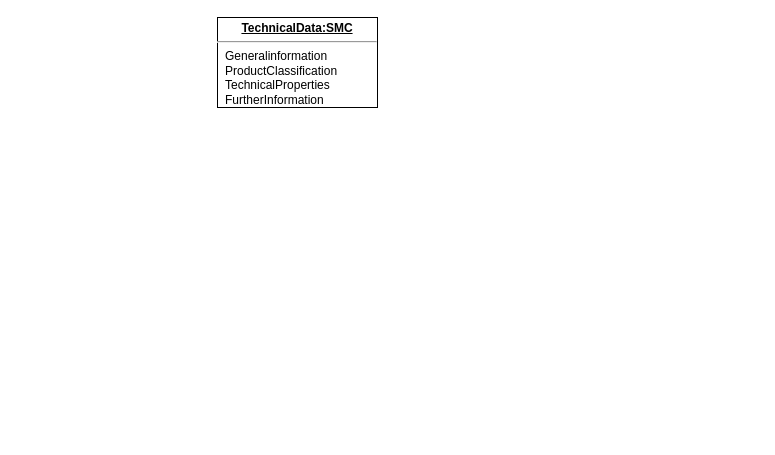
Above: TechnicalData.drawio in LucRome/T2000 (draw.io), before the change. Source tidied: cells renumbered, new cells numbered last; positions are measured from the earlier drawing's top-left corner, leaving out a move shared by most shapes. Both pictures are drawn from the tidied source at 100%, with x=0, y=0 at pixel (217, 17).
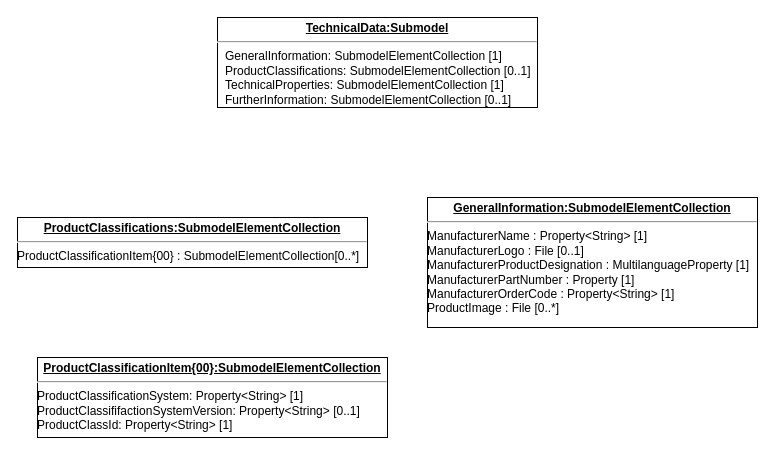
The same diagram, later.

Change to the diagram source:
```diff
@@
 <mxGraphModel>
   <root>
     <mxCell id="0" />
     <mxCell id="1" parent="0" />
-    <mxCell id="2" value="&lt;p style=&quot;margin: 0px ; margin-top: 4px ; text-align: center ; text-decoration: underline&quot;&gt;&lt;b&gt;TechnicalData:SMC&lt;/b&gt;&lt;/p&gt;&lt;hr&gt;&lt;p style=&quot;margin: 0px ; margin-left: 8px&quot;&gt;Generalinformation&lt;/p&gt;&lt;p style=&quot;margin: 0px ; margin-left: 8px&quot;&gt;ProductClassification&lt;/p&gt;&lt;p style=&quot;margin: 0px ; margin-left: 8px&quot;&gt;TechnicalProperties&lt;/p&gt;&lt;p style=&quot;margin: 0px ; margin-left: 8px&quot;&gt;FurtherInformation&lt;br&gt;&lt;/p&gt;" style="verticalAlign=top;align=left;overflow=fill;fontSize=12;fontFamily=Helvetica;html=1;" parent="1" vertex="1">
-      <mxGeometry width="160" height="90" as="geometry" />
+    <mxCell id="2" value="&lt;p style=&quot;margin: 0px ; margin-top: 4px ; text-align: center ; text-decoration: underline&quot;&gt;&lt;b&gt;TechnicalData:Submodel&lt;/b&gt;&lt;/p&gt;&lt;hr&gt;&lt;p style=&quot;margin: 0px ; margin-left: 8px&quot;&gt;GeneralInformation: SubmodelElementCollection [1]&lt;br&gt;&lt;/p&gt;&lt;p style=&quot;margin: 0px ; margin-left: 8px&quot;&gt;ProductClassifications: SubmodelElementCollection [0..1]&lt;br&gt;&lt;/p&gt;&lt;p style=&quot;margin: 0px ; margin-left: 8px&quot;&gt;TechnicalProperties: SubmodelElementCollection [1]&lt;br&gt;&lt;/p&gt;&lt;p style=&quot;margin: 0px ; margin-left: 8px&quot;&gt;FurtherInformation: SubmodelElementCollection [0..1]&lt;br&gt;&lt;/p&gt;" style="verticalAlign=top;align=left;overflow=fill;fontSize=12;fontFamily=Helvetica;html=1;" parent="1" vertex="1">
+      <mxGeometry width="320" height="90" as="geometry" />
     </mxCell>
+    <mxCell id="3" value="&lt;p style=&quot;margin: 0px ; margin-top: 4px ; text-align: center ; text-decoration: underline&quot;&gt;&lt;b&gt;GeneralInformation:SubmodelElementCollection&lt;/b&gt; &lt;/p&gt;&lt;hr&gt;&lt;div&gt;ManufacturerName : Property&amp;lt;String&amp;gt; [1]&lt;/div&gt;&lt;div&gt;ManufacturerLogo : File [0..1]&lt;/div&gt;ManufacturerProductDesignation : MultilanguageProperty [1]&lt;br&gt;ManufacturerPartNumber : Property [1]&lt;br&gt;ManufacturerOrderCode : Property&amp;lt;String&amp;gt; [1]&lt;br&gt;ProductImage : File [0..*]" style="verticalAlign=top;align=left;overflow=fill;fontSize=12;fontFamily=Helvetica;html=1;" parent="1" vertex="1">
+      <mxGeometry x="210" y="180" width="330" height="130" as="geometry" />
+    </mxCell>
+    <mxCell id="4" value="&lt;p style=&quot;margin: 0px ; margin-top: 4px ; text-align: center ; text-decoration: underline&quot;&gt;&lt;b&gt;ProductClassifications:SubmodelElementCollection&lt;/b&gt; &lt;/p&gt;&lt;hr&gt;&lt;div&gt;ProductClassificationItem{00} : SubmodelElementCollection[0..*]&lt;/div&gt;" style="verticalAlign=top;align=left;overflow=fill;fontSize=12;fontFamily=Helvetica;html=1;" parent="1" vertex="1">
+      <mxGeometry x="-200" y="200" width="350" height="50" as="geometry" />
+    </mxCell>
+    <mxCell id="5" value="&lt;p style=&quot;margin: 0px ; margin-top: 4px ; text-align: center ; text-decoration: underline&quot;&gt;&lt;b&gt;ProductClassificationItem{00}:SubmodelElementCollection&lt;/b&gt; &lt;/p&gt;&lt;hr&gt;&lt;div&gt;ProductClassificationSystem: Property&amp;lt;String&amp;gt; [1]&lt;/div&gt;&lt;div&gt;ProductClassififactionSystemVersion: Property&amp;lt;String&amp;gt; [0..1]&lt;/div&gt;&lt;div&gt;ProductClassId: Property&amp;lt;String&amp;gt; [1]&lt;br&gt;&lt;/div&gt;" style="verticalAlign=top;align=left;overflow=fill;fontSize=12;fontFamily=Helvetica;html=1;" parent="1" vertex="1">
+      <mxGeometry x="-180" y="340" width="350" height="80" as="geometry" />
+    </mxCell>
   </root>
 </mxGraphModel>
```
